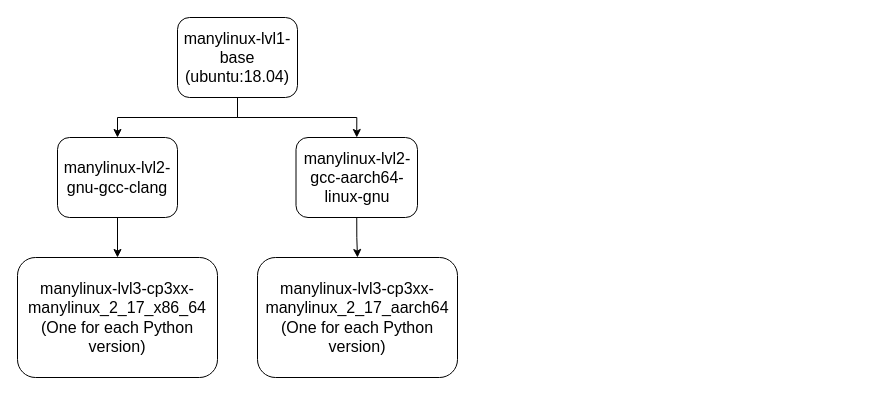
Earlier version of the draw.io diagram page "manylinux" (1 of 3) of images/Docker_layer_graph.drawio (andreslilloortiz/pookie). Source tidied: cells renumbered, new cells numbered last; positions are measured from the earlier drawing's top-left corner, leaving out a move shared by most shapes. Both pictures are drawn from the tidied source at 100%, with x=0, y=0 at pixel (17, 17).
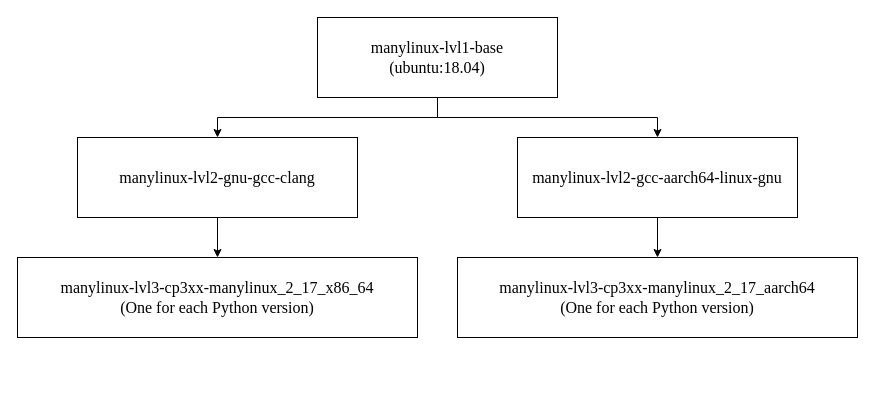
The same diagram, later.

Change to the diagram source:
```diff
@@
 <mxGraphModel>
   <root>
     <mxCell id="0" />
     <mxCell id="1" parent="0" />
-    <mxCell id="2" style="edgeStyle=orthogonalEdgeStyle;rounded=0;jettySize=auto;html=1;exitX=0.5;exitY=1;exitDx=0;exitDy=0;entryX=0.5;entryY=0;entryDx=0;entryDy=0;fontSize=16;fontColor=default;" parent="1" edge="1" source="3" target="5">
+    <mxCell id="2" style="edgeStyle=orthogonalEdgeStyle;rounded=0;jettySize=auto;html=1;exitX=0.5;exitY=1;exitDx=0;exitDy=0;entryX=0.5;entryY=0;entryDx=0;entryDy=0;fontSize=16;fontColor=default;fontFamily=Times New Roman;" parent="1" edge="1" source="3" target="5">
       <mxGeometry relative="1" as="geometry" />
     </mxCell>
-    <mxCell id="3" value="&lt;font&gt;manylinux-lvl1-base&lt;/font&gt;&lt;div&gt;&lt;font&gt;(ubuntu:18.04)&lt;/font&gt;&lt;/div&gt;" style="rounded=1;whiteSpace=wrap;html=1;strokeColor=default;fontSize=16;fontColor=default;" parent="1" vertex="1">
-      <mxGeometry x="160" width="120" height="80" as="geometry" />
+    <mxCell id="3" value="&lt;font&gt;manylinux-lvl1-base&lt;/font&gt;&lt;div&gt;&lt;font&gt;(ubuntu:18.04)&lt;/font&gt;&lt;/div&gt;" style="rounded=0;whiteSpace=wrap;html=1;fontSize=16;gradientColor=none;fillColor=default;strokeColor=default;fontFamily=Times New Roman;" parent="1" vertex="1">
+      <mxGeometry x="300" width="240" height="80" as="geometry" />
     </mxCell>
-    <mxCell id="4" style="edgeStyle=orthogonalEdgeStyle;rounded=0;jettySize=auto;html=1;exitX=0.5;exitY=1;exitDx=0;exitDy=0;entryX=0.5;entryY=0;entryDx=0;entryDy=0;fontSize=16;fontColor=default;" parent="1" edge="1" source="5" target="6">
+    <mxCell id="4" style="edgeStyle=orthogonalEdgeStyle;rounded=0;jettySize=auto;html=1;exitX=0.5;exitY=1;exitDx=0;exitDy=0;entryX=0.5;entryY=0;entryDx=0;entryDy=0;fontSize=16;fontColor=default;fontFamily=Times New Roman;" parent="1" edge="1" source="5" target="6">
       <mxGeometry relative="1" as="geometry" />
     </mxCell>
-    <mxCell id="5" value="&lt;font&gt;manylinux-lvl2-gnu-gcc-clang&lt;/font&gt;" style="rounded=1;whiteSpace=wrap;html=1;strokeColor=default;fontSize=16;fontColor=default;" parent="1" vertex="1">
-      <mxGeometry x="40" y="120" width="120" height="80" as="geometry" />
+    <mxCell id="5" value="&lt;font&gt;manylinux-lvl2-gnu-gcc-clang&lt;/font&gt;" style="rounded=0;whiteSpace=wrap;html=1;strokeColor=default;fontSize=16;fontColor=default;fontFamily=Times New Roman;" parent="1" vertex="1">
+      <mxGeometry x="60" y="120" width="280" height="80" as="geometry" />
     </mxCell>
-    <mxCell id="6" value="&lt;font&gt;manylinux-&lt;span style=&quot;&quot;&gt;lvl3&lt;/span&gt;-&lt;span style=&quot;&quot;&gt;cp3xx-manylinux_2_17_x86_64&lt;/span&gt;&lt;br&gt;(One for each Python version)&lt;/font&gt;" style="rounded=1;whiteSpace=wrap;html=1;strokeColor=default;fontSize=16;fontColor=default;" parent="1" vertex="1">
-      <mxGeometry y="240" width="200" height="120" as="geometry" />
+    <mxCell id="6" value="&lt;font&gt;manylinux-&lt;span style=&quot;&quot;&gt;lvl3&lt;/span&gt;-&lt;span style=&quot;&quot;&gt;cp3xx-manylinux_2_17_x86_64&lt;/span&gt;&lt;br&gt;(One for each Python version)&lt;/font&gt;" style="rounded=0;whiteSpace=wrap;html=1;strokeColor=default;fontSize=16;fontColor=default;fontFamily=Times New Roman;" parent="1" vertex="1">
+      <mxGeometry y="240" width="400" height="80" as="geometry" />
     </mxCell>
-    <mxCell id="7" value="&lt;font&gt;manylinux-lvl2-gcc-aarch64-linux-gnu&lt;/font&gt;" style="rounded=1;whiteSpace=wrap;html=1;strokeColor=default;fontSize=16;fontColor=default;" parent="1" vertex="1">
-      <mxGeometry x="278.5" y="120" width="121.5" height="80" as="geometry" />
+    <mxCell id="7" value="&lt;font&gt;manylinux-lvl2-gcc-aarch64-linux-gnu&lt;/font&gt;" style="rounded=0;whiteSpace=wrap;html=1;strokeColor=default;fontSize=16;fontColor=default;fontFamily=Times New Roman;" parent="1" vertex="1">
+      <mxGeometry x="500" y="120" width="280" height="80" as="geometry" />
     </mxCell>
-    <mxCell id="8" style="edgeStyle=orthogonalEdgeStyle;rounded=0;jettySize=auto;html=1;exitX=0.5;exitY=1;exitDx=0;exitDy=0;entryX=0.5;entryY=0;entryDx=0;entryDy=0;fontSize=16;fontColor=default;" parent="1" edge="1" source="3" target="7">
+    <mxCell id="8" style="edgeStyle=orthogonalEdgeStyle;rounded=0;jettySize=auto;html=1;exitX=0.5;exitY=1;exitDx=0;exitDy=0;entryX=0.5;entryY=0;entryDx=0;entryDy=0;fontSize=16;fontColor=default;fontFamily=Times New Roman;" parent="1" edge="1" source="3" target="7">
       <mxGeometry relative="1" as="geometry" />
     </mxCell>
-    <mxCell id="9" value="&lt;font&gt;manylinux-&lt;span style=&quot;&quot;&gt;lvl3&lt;/span&gt;-&lt;span style=&quot;&quot;&gt;cp3xx-manylinux_2_17_aarch64&lt;/span&gt;&lt;/font&gt;&lt;div&gt;&lt;font&gt;(One for each Python version)&lt;/font&gt;&lt;/div&gt;" style="rounded=1;whiteSpace=wrap;html=1;strokeColor=default;fontSize=16;fontColor=default;" parent="1" vertex="1">
-      <mxGeometry x="240" y="240" width="200" height="120" as="geometry" />
+    <mxCell id="9" value="&lt;font&gt;manylinux-&lt;span style=&quot;&quot;&gt;lvl3&lt;/span&gt;-&lt;span style=&quot;&quot;&gt;cp3xx-manylinux_2_17_aarch64&lt;/span&gt;&lt;/font&gt;&lt;div&gt;&lt;font&gt;(One for each Python version)&lt;/font&gt;&lt;/div&gt;" style="rounded=0;whiteSpace=wrap;html=1;strokeColor=default;fontSize=16;fontColor=default;fontFamily=Times New Roman;" parent="1" vertex="1">
+      <mxGeometry x="440" y="240" width="400" height="80" as="geometry" />
     </mxCell>
-    <mxCell id="10" style="edgeStyle=orthogonalEdgeStyle;rounded=0;jettySize=auto;html=1;exitX=0.5;exitY=1;exitDx=0;exitDy=0;entryX=0.5;entryY=0;entryDx=0;entryDy=0;fontSize=16;fontColor=default;" parent="1" edge="1" source="7" target="9">
+    <mxCell id="10" style="edgeStyle=orthogonalEdgeStyle;rounded=0;jettySize=auto;html=1;exitX=0.5;exitY=1;exitDx=0;exitDy=0;entryX=0.5;entryY=0;entryDx=0;entryDy=0;fontSize=16;fontColor=default;fontFamily=Times New Roman;" parent="1" edge="1" source="7" target="9">
       <mxGeometry relative="1" as="geometry" />
     </mxCell>
   </root>
 </mxGraphModel>
```
